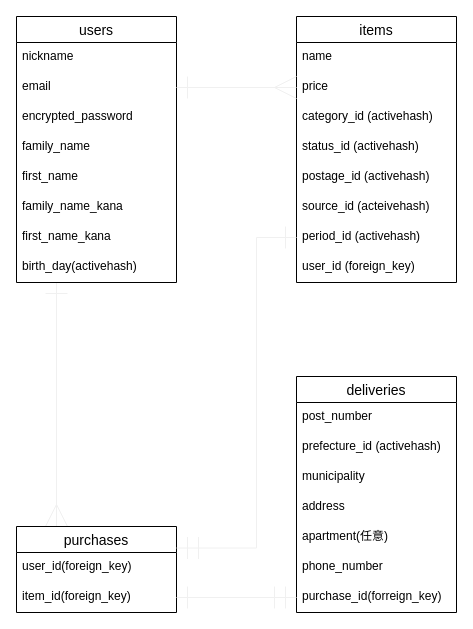
This is DB.dio from shin1616/furima-34493, a draw.io file, before an edit. Source tidied: cells renumbered, new cells numbered last; positions are measured from the earlier drawing's top-left corner, leaving out a move shared by most shapes. Both pictures are drawn from the tidied source at 100%, with x=0, y=0 at pixel (16, 16).
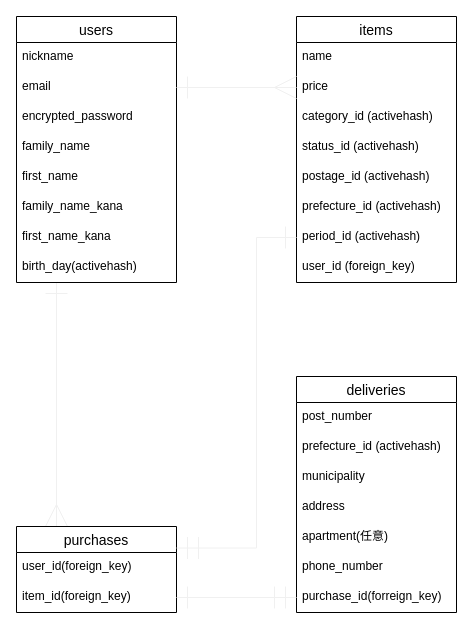
After the change.

Commit message (it also covers changes not shown here):
DB設計とER図の修正3

The change refers to these unchanged cells:
```xml
<mxCell id="23" value="items" style="swimlane;fontStyle=0;horizontal=1;startSize=26;align=center;fontSize=14;" parent="1" vertex="1">
  <mxGeometry x="280" width="160" height="266" as="geometry" />
</mxCell>
```

Diff of the diagram source:
```diff
@@
-    <mxCell id="29" value="source_id (acteivehash)" style="text;strokeColor=none;fillColor=none;spacingLeft=4;spacingRight=4;overflow=hidden;fontSize=12;" parent="23" vertex="1">
+    <mxCell id="29" value="prefecture_id (activehash)" style="text;strokeColor=none;fillColor=none;spacingLeft=4;spacingRight=4;overflow=hidden;fontSize=12;" parent="23" vertex="1">
       <mxGeometry y="176" width="160" height="30" as="geometry" />
     </mxCell>
```
